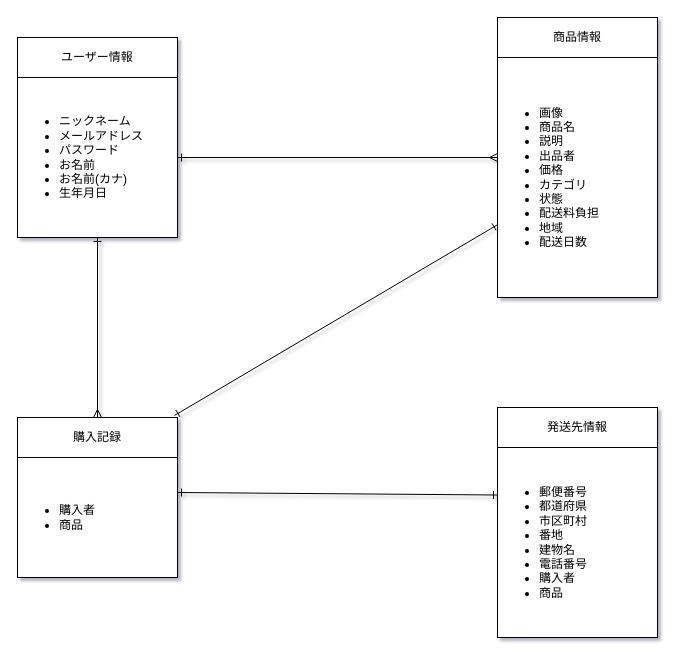
Earlier version of the draw.io diagram er.dio (Ryusei0216/furima-38581). Source tidied: cells renumbered, new cells numbered last; positions are measured from the earlier drawing's top-left corner, leaving out a move shared by most shapes. Both pictures are drawn from the tidied source at 100%, with x=0, y=0 at pixel (17, 17).
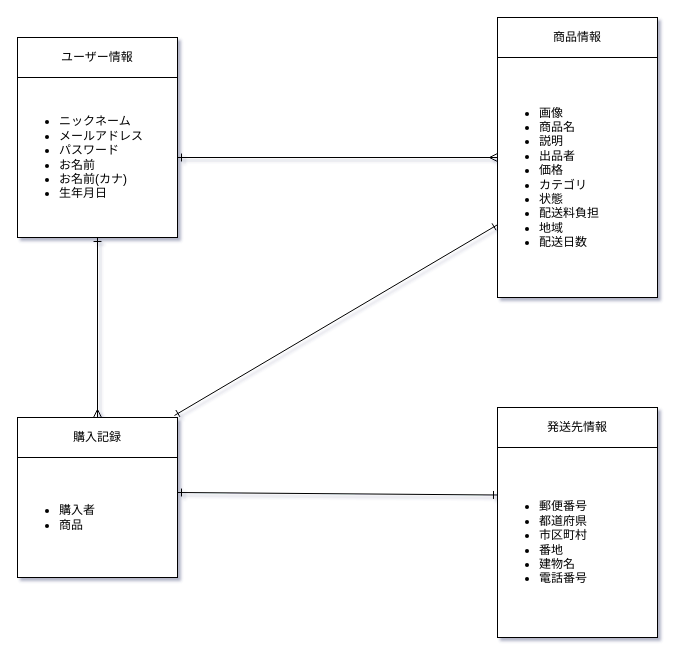
After the change.

Commit message (it also covers changes not shown here):
データベース設計の修正 V3

Diff of the diagram source:
```diff
@@
 <mxGraphModel shadow="1">
   <root>
     <mxCell id="0" />
     <mxCell id="1" parent="0" />
     <mxCell id="2" value="ユーザー情報" style="rounded=0;whiteSpace=wrap;html=1;" parent="1" vertex="1">
       <mxGeometry y="20" width="160" height="40" as="geometry" />
     </mxCell>
     <mxCell id="3" value="商品情報" style="rounded=0;whiteSpace=wrap;html=1;" parent="1" vertex="1">
       <mxGeometry x="480" width="160" height="40" as="geometry" />
     </mxCell>
     <mxCell id="4" value="&lt;ul&gt;&lt;li&gt;ニックネーム&lt;/li&gt;&lt;li&gt;メールアドレス&lt;/li&gt;&lt;li&gt;パスワード&lt;/li&gt;&lt;li&gt;お名前&lt;/li&gt;&lt;li&gt;お名前(カナ)&lt;/li&gt;&lt;li&gt;生年月日&lt;/li&gt;&lt;/ul&gt;" style="rounded=0;whiteSpace=wrap;html=1;align=left;" parent="1" vertex="1">
       <mxGeometry y="60" width="160" height="160" as="geometry" />
     </mxCell>
     <mxCell id="5" value="&lt;div style=&quot;&quot;&gt;&lt;ul&gt;&lt;li style=&quot;&quot;&gt;画像&lt;/li&gt;&lt;li style=&quot;&quot;&gt;商品名&lt;/li&gt;&lt;li style=&quot;&quot;&gt;説明&lt;/li&gt;&lt;li style=&quot;&quot;&gt;出品者&lt;/li&gt;&lt;li style=&quot;&quot;&gt;価格&lt;/li&gt;&lt;li style=&quot;&quot;&gt;カテゴリ&lt;/li&gt;&lt;li style=&quot;&quot;&gt;状態&lt;/li&gt;&lt;li&gt;配送料負担&lt;/li&gt;&lt;li style=&quot;&quot;&gt;地域&lt;/li&gt;&lt;li style=&quot;&quot;&gt;配送日数&lt;/li&gt;&lt;/ul&gt;&lt;/div&gt;" style="rounded=0;whiteSpace=wrap;html=1;align=left;" parent="1" vertex="1">
       <mxGeometry x="480" y="40" width="160" height="240" as="geometry" />
     </mxCell>
     <mxCell id="6" style="edgeStyle=none;html=1;" parent="1" edge="1" source="7" target="8">
       <mxGeometry relative="1" as="geometry" />
     </mxCell>
     <mxCell id="7" value="発送先情報" style="rounded=0;whiteSpace=wrap;html=1;" parent="1" vertex="1">
       <mxGeometry x="480" y="390" width="160" height="40" as="geometry" />
     </mxCell>
-    <mxCell id="8" value="&lt;ul&gt;&lt;li&gt;郵便番号&lt;/li&gt;&lt;li&gt;都道府県&lt;/li&gt;&lt;li&gt;市区町村&lt;/li&gt;&lt;li&gt;番地&lt;/li&gt;&lt;li&gt;建物名&lt;/li&gt;&lt;li&gt;電話番号&lt;/li&gt;&lt;li&gt;購入者&lt;/li&gt;&lt;li&gt;商品&lt;/li&gt;&lt;/ul&gt;" style="rounded=0;whiteSpace=wrap;html=1;align=left;" parent="1" vertex="1">
+    <mxCell id="8" value="&lt;ul&gt;&lt;li&gt;郵便番号&lt;/li&gt;&lt;li&gt;都道府県&lt;/li&gt;&lt;li&gt;市区町村&lt;/li&gt;&lt;li&gt;番地&lt;/li&gt;&lt;li&gt;建物名&lt;/li&gt;&lt;li&gt;電話番号&lt;/li&gt;&lt;/ul&gt;" style="rounded=0;whiteSpace=wrap;html=1;align=left;" parent="1" vertex="1">
       <mxGeometry x="480" y="430" width="160" height="190" as="geometry" />
     </mxCell>
     <mxCell id="9" style="endArrow=ERmany;html=1;exitX=1;exitY=0.5;exitDx=0;exitDy=0;endFill=0;startSize=6;startArrow=ERone;startFill=0;" parent="1" edge="1" source="4">
       <mxGeometry relative="1" as="geometry">
         <mxPoint x="480" y="140" as="targetPoint" />
       </mxGeometry>
     </mxCell>
     <mxCell id="10" value="&lt;ul&gt;&lt;li&gt;購入者&lt;/li&gt;&lt;li&gt;商品&lt;/li&gt;&lt;/ul&gt;" style="rounded=0;whiteSpace=wrap;html=1;align=left;" parent="1" vertex="1">
       <mxGeometry y="440" width="160" height="120" as="geometry" />
     </mxCell>
     <mxCell id="11" value="購入記録" style="rounded=0;whiteSpace=wrap;html=1;" parent="1" vertex="1">
       <mxGeometry y="400" width="160" height="40" as="geometry" />
     </mxCell>
     <mxCell id="12" style="endArrow=ERmany;html=1;exitX=0.5;exitY=1;exitDx=0;exitDy=0;endFill=0;startSize=6;startArrow=ERone;startFill=0;entryX=0.5;entryY=0;entryDx=0;entryDy=0;" parent="1" edge="1" source="4" target="11">
       <mxGeometry relative="1" as="geometry" />
     </mxCell>
     <mxCell id="13" style="endArrow=ERone;html=1;exitX=0;exitY=0.25;exitDx=0;exitDy=0;endFill=0;startSize=6;startArrow=ERone;startFill=0;" parent="1" edge="1" source="8">
       <mxGeometry relative="1" as="geometry">
         <mxPoint x="160" y="475" as="targetPoint" />
       </mxGeometry>
     </mxCell>
     <mxCell id="14" style="endArrow=ERone;html=1;exitX=0.981;exitY=-0.05;exitDx=0;exitDy=0;endFill=0;startSize=6;startArrow=ERone;startFill=0;exitPerimeter=0;strokeWidth=1;targetPerimeterSpacing=0;jumpSize=10;" parent="1" edge="1" source="11" target="5">
       <mxGeometry relative="1" as="geometry" />
     </mxCell>
   </root>
 </mxGraphModel>
```
